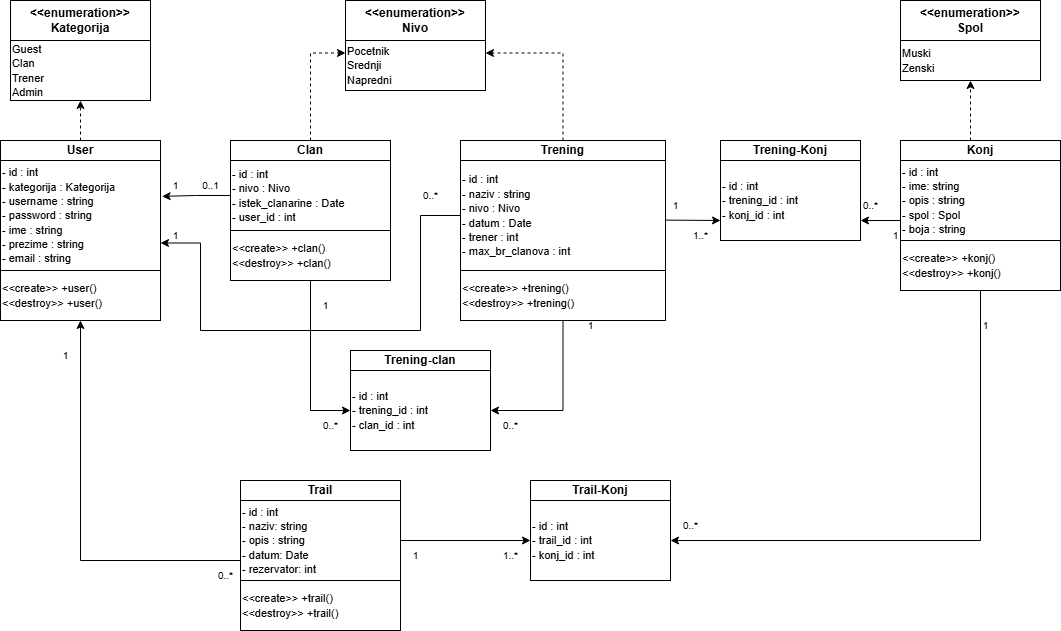
ooad-2024-2025/Grupa4-Tim1 keeps this draw.io diagram as Dokumentacija/Dijagram klasa.png. Above is the earlier version. Source tidied: cells renumbered, new cells last; positions are measured from the earlier drawing's top-left corner, leaving out a move shared by most shapes.
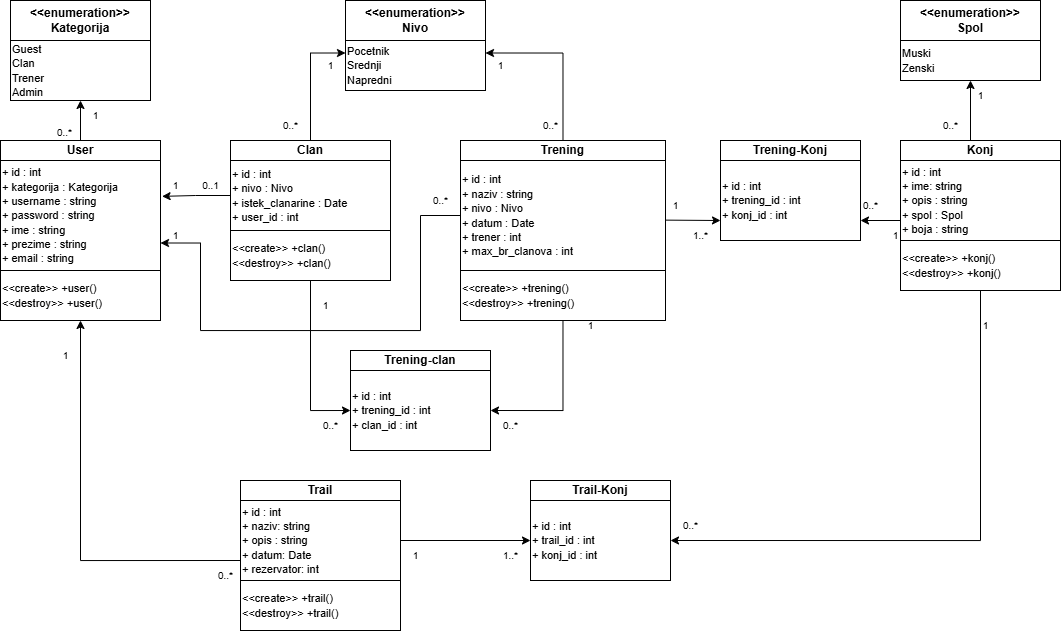
After the commit.

The edit, as a diff of the source:
```diff
@@ -5,7 +5,7 @@
     <mxCell id="2" value="&lt;b&gt;User&lt;/b&gt;" style="rounded=0;whiteSpace=wrap;html=1;fillColor=none;" parent="1" vertex="1">
       <mxGeometry y="140" width="160" height="20" as="geometry" />
     </mxCell>
-    <mxCell id="3" value="&lt;font style=&quot;font-size: 11px;&quot;&gt;- id : int&lt;/font&gt;&lt;div&gt;&lt;font style=&quot;font-size: 11px;&quot;&gt;- kategorija : Kategorija&lt;/font&gt;&lt;/div&gt;&lt;div&gt;&lt;font style=&quot;font-size: 11px;&quot;&gt;- username : string&lt;/font&gt;&lt;/div&gt;&lt;div&gt;&lt;font style=&quot;font-size: 11px;&quot;&gt;- password : string&lt;/font&gt;&lt;/div&gt;&lt;div&gt;&lt;font style=&quot;font-size: 11px;&quot;&gt;- ime : string&lt;/font&gt;&lt;/div&gt;&lt;div&gt;&lt;font style=&quot;font-size: 11px;&quot;&gt;- prezime : string&lt;/font&gt;&lt;/div&gt;&lt;div&gt;&lt;font style=&quot;font-size: 11px;&quot;&gt;- email : string&lt;/font&gt;&lt;/div&gt;" style="rounded=0;whiteSpace=wrap;html=1;fillColor=none;align=left;" parent="1" vertex="1">
+    <mxCell id="3" value="&lt;font style=&quot;font-size: 11px;&quot;&gt;+ id : int&lt;/font&gt;&lt;div&gt;&lt;font style=&quot;font-size: 11px;&quot;&gt;+ kategorija : Kategorija&lt;/font&gt;&lt;/div&gt;&lt;div&gt;&lt;font style=&quot;font-size: 11px;&quot;&gt;+ username : string&lt;/font&gt;&lt;/div&gt;&lt;div&gt;&lt;font style=&quot;font-size: 11px;&quot;&gt;+ password : string&lt;/font&gt;&lt;/div&gt;&lt;div&gt;&lt;font style=&quot;font-size: 11px;&quot;&gt;+ ime : string&lt;/font&gt;&lt;/div&gt;&lt;div&gt;&lt;font style=&quot;font-size: 11px;&quot;&gt;+ prezime : string&lt;/font&gt;&lt;/div&gt;&lt;div&gt;&lt;font style=&quot;font-size: 11px;&quot;&gt;+ email : string&lt;/font&gt;&lt;/div&gt;" style="rounded=0;whiteSpace=wrap;html=1;fillColor=none;align=left;" parent="1" vertex="1">
       <mxGeometry y="160" width="160" height="110" as="geometry" />
     </mxCell>
     <mxCell id="4" value="&lt;span style=&quot;font-size: 11px;&quot;&gt;&amp;lt;&amp;lt;create&amp;gt;&amp;gt; +user()&lt;br&gt;&amp;lt;&amp;lt;destroy&amp;gt;&amp;gt; +user()&lt;/span&gt;" style="rounded=0;whiteSpace=wrap;html=1;fillColor=none;align=left;" parent="1" vertex="1">
@@ -17,16 +17,16 @@
     <mxCell id="6" value="&lt;span style=&quot;font-size: 11px;&quot;&gt;Guest&lt;/span&gt;&lt;div&gt;&lt;span style=&quot;font-size: 11px;&quot;&gt;Clan&lt;/span&gt;&lt;/div&gt;&lt;div&gt;&lt;span style=&quot;font-size: 11px;&quot;&gt;Trener&lt;/span&gt;&lt;/div&gt;&lt;div&gt;&lt;span style=&quot;font-size: 11px;&quot;&gt;Admin&lt;/span&gt;&lt;/div&gt;" style="rounded=0;whiteSpace=wrap;html=1;fillColor=none;align=left;" parent="1" vertex="1">
       <mxGeometry x="10" y="40" width="140" height="60" as="geometry" />
     </mxCell>
-    <mxCell id="7" style="endArrow=classic;html=1;rounded=0;exitX=0.5;exitY=0;exitDx=0;exitDy=0;entryX=0.5;entryY=1;entryDx=0;entryDy=0;dashed=1;" parent="1" edge="1" source="2" target="6">
+    <mxCell id="7" style="endArrow=classic;html=1;rounded=0;exitX=0.5;exitY=0;exitDx=0;exitDy=0;entryX=0.5;entryY=1;entryDx=0;entryDy=0;" parent="1" edge="1" source="2" target="6">
       <mxGeometry relative="1" as="geometry" />
     </mxCell>
-    <mxCell id="8" style="edgeStyle=orthogonalEdgeStyle;rounded=0;jettySize=auto;html=1;entryX=0;entryY=0.25;entryDx=0;entryDy=0;dashed=1;" parent="1" edge="1" source="9" target="14">
+    <mxCell id="8" style="edgeStyle=orthogonalEdgeStyle;rounded=0;jettySize=auto;html=1;entryX=0;entryY=0.25;entryDx=0;entryDy=0;" parent="1" edge="1" source="9" target="14">
       <mxGeometry relative="1" as="geometry" />
     </mxCell>
     <mxCell id="9" value="&lt;b&gt;Clan&lt;/b&gt;" style="rounded=0;whiteSpace=wrap;html=1;fillColor=none;" parent="1" vertex="1">
       <mxGeometry x="230" y="140" width="160" height="20" as="geometry" />
     </mxCell>
-    <mxCell id="10" value="&lt;font style=&quot;font-size: 11px;&quot;&gt;- id : int&lt;/font&gt;&lt;div&gt;&lt;font style=&quot;font-size: 11px;&quot;&gt;- nivo : Nivo&lt;/font&gt;&lt;/div&gt;&lt;div&gt;&lt;font style=&quot;font-size: 11px;&quot;&gt;- istek_clanarine : Date&lt;/font&gt;&lt;/div&gt;&lt;div&gt;&lt;font style=&quot;font-size: 11px;&quot;&gt;- user_id : int&lt;/font&gt;&lt;/div&gt;" style="rounded=0;whiteSpace=wrap;html=1;fillColor=none;align=left;" parent="1" vertex="1">
+    <mxCell id="10" value="&lt;font style=&quot;font-size: 11px;&quot;&gt;+ id : int&lt;/font&gt;&lt;div&gt;&lt;font style=&quot;font-size: 11px;&quot;&gt;+ nivo : Nivo&lt;/font&gt;&lt;/div&gt;&lt;div&gt;&lt;font style=&quot;font-size: 11px;&quot;&gt;+ istek_clanarine : Date&lt;/font&gt;&lt;/div&gt;&lt;div&gt;&lt;font style=&quot;font-size: 11px;&quot;&gt;+ user_id : int&lt;/font&gt;&lt;/div&gt;" style="rounded=0;whiteSpace=wrap;html=1;fillColor=none;align=left;" parent="1" vertex="1">
       <mxGeometry x="230" y="160" width="160" height="70" as="geometry" />
     </mxCell>
     <mxCell id="11" style="edgeStyle=orthogonalEdgeStyle;rounded=0;jettySize=auto;html=1;entryX=0;entryY=0.5;entryDx=0;entryDy=0;" parent="1" edge="1" source="12" target="55">
@@ -50,7 +50,7 @@
     <mxCell id="17" value="&lt;b&gt;Konj&lt;/b&gt;" style="rounded=0;whiteSpace=wrap;html=1;fillColor=none;" parent="1" vertex="1">
       <mxGeometry x="900" y="140" width="160" height="20" as="geometry" />
     </mxCell>
-    <mxCell id="18" value="&lt;font style=&quot;font-size: 11px;&quot;&gt;- id : int&lt;/font&gt;&lt;div&gt;&lt;font style=&quot;font-size: 11px;&quot;&gt;- ime: string&lt;/font&gt;&lt;/div&gt;&lt;div&gt;&lt;font style=&quot;font-size: 11px;&quot;&gt;- opis : string&lt;/font&gt;&lt;/div&gt;&lt;div&gt;&lt;font style=&quot;font-size: 11px;&quot;&gt;- spol : Spol&lt;/font&gt;&lt;/div&gt;&lt;div&gt;&lt;font style=&quot;font-size: 11px;&quot;&gt;- boja : string&lt;/font&gt;&lt;/div&gt;" style="rounded=0;whiteSpace=wrap;html=1;fillColor=none;align=left;" parent="1" vertex="1">
+    <mxCell id="18" value="&lt;font style=&quot;font-size: 11px;&quot;&gt;+ id : int&lt;/font&gt;&lt;div&gt;&lt;font style=&quot;font-size: 11px;&quot;&gt;+ ime: string&lt;/font&gt;&lt;/div&gt;&lt;div&gt;&lt;font style=&quot;font-size: 11px;&quot;&gt;+ opis : string&lt;/font&gt;&lt;/div&gt;&lt;div&gt;&lt;font style=&quot;font-size: 11px;&quot;&gt;+ spol : Spol&lt;/font&gt;&lt;/div&gt;&lt;div&gt;&lt;font style=&quot;font-size: 11px;&quot;&gt;+ boja : string&lt;/font&gt;&lt;/div&gt;" style="rounded=0;whiteSpace=wrap;html=1;fillColor=none;align=left;" parent="1" vertex="1">
       <mxGeometry x="900" y="160" width="160" height="80" as="geometry" />
     </mxCell>
     <mxCell id="19" style="edgeStyle=orthogonalEdgeStyle;rounded=0;jettySize=auto;html=1;entryX=1;entryY=0.5;entryDx=0;entryDy=0;exitX=0.5;exitY=1;exitDx=0;exitDy=0;" parent="1" edge="1" source="20" target="30">
@@ -65,7 +65,7 @@
     <mxCell id="22" value="&lt;span style=&quot;font-size: 11px;&quot;&gt;Muski&lt;/span&gt;&lt;div&gt;&lt;span style=&quot;font-size: 11px;&quot;&gt;Zenski&lt;/span&gt;&lt;/div&gt;" style="rounded=0;whiteSpace=wrap;html=1;fillColor=none;align=left;" parent="1" vertex="1">
       <mxGeometry x="900" y="40" width="140" height="40" as="geometry" />
     </mxCell>
-    <mxCell id="23" style="endArrow=classic;html=1;rounded=0;exitX=0.5;exitY=0;exitDx=0;exitDy=0;entryX=0.5;entryY=1;entryDx=0;entryDy=0;dashed=1;" parent="1" edge="1" target="22">
+    <mxCell id="23" style="endArrow=classic;html=1;rounded=0;exitX=0.5;exitY=0;exitDx=0;exitDy=0;entryX=0.5;entryY=1;entryDx=0;entryDy=0;" parent="1" edge="1" target="22">
       <mxGeometry relative="1" as="geometry">
         <mxPoint x="970" y="140" as="sourcePoint" />
       </mxGeometry>
@@ -83,7 +83,7 @@
     <mxCell id="26" style="edgeStyle=orthogonalEdgeStyle;rounded=0;jettySize=auto;html=1;entryX=0;entryY=0.5;entryDx=0;entryDy=0;" parent="1" edge="1" source="27" target="30">
       <mxGeometry relative="1" as="geometry" />
     </mxCell>
-    <mxCell id="27" value="&lt;font style=&quot;font-size: 11px;&quot;&gt;- id : int&lt;/font&gt;&lt;div&gt;&lt;font style=&quot;font-size: 11px;&quot;&gt;- naziv: string&lt;/font&gt;&lt;/div&gt;&lt;div&gt;&lt;font style=&quot;font-size: 11px;&quot;&gt;- opis : string&lt;/font&gt;&lt;/div&gt;&lt;div&gt;&lt;font style=&quot;font-size: 11px;&quot;&gt;- datum: Date&lt;/font&gt;&lt;/div&gt;&lt;div&gt;&lt;font style=&quot;font-size: 11px;&quot;&gt;- rezervator: int&lt;/font&gt;&lt;/div&gt;" style="rounded=0;whiteSpace=wrap;html=1;fillColor=none;align=left;" parent="1" vertex="1">
+    <mxCell id="27" value="&lt;font style=&quot;font-size: 11px;&quot;&gt;+ id : int&lt;/font&gt;&lt;div&gt;&lt;font style=&quot;font-size: 11px;&quot;&gt;+ naziv: string&lt;/font&gt;&lt;/div&gt;&lt;div&gt;&lt;font style=&quot;font-size: 11px;&quot;&gt;+ opis : string&lt;/font&gt;&lt;/div&gt;&lt;div&gt;&lt;font style=&quot;font-size: 11px;&quot;&gt;+ datum: Date&lt;/font&gt;&lt;/div&gt;&lt;div&gt;&lt;font style=&quot;font-size: 11px;&quot;&gt;+ rezervator: int&lt;/font&gt;&lt;/div&gt;" style="rounded=0;whiteSpace=wrap;html=1;fillColor=none;align=left;" parent="1" vertex="1">
       <mxGeometry x="240" y="500" width="160" height="80" as="geometry" />
     </mxCell>
     <mxCell id="28" value="&lt;span style=&quot;font-size: 11px;&quot;&gt;&amp;lt;&amp;lt;create&amp;gt;&amp;gt; +trail()&lt;/span&gt;&lt;br style=&quot;font-size: 11px;&quot;&gt;&lt;span style=&quot;font-size: 11px;&quot;&gt;&amp;lt;&amp;lt;destroy&amp;gt;&amp;gt; +trail()&lt;/span&gt;" style="rounded=0;whiteSpace=wrap;html=1;fillColor=none;align=left;" parent="1" vertex="1">
@@ -92,7 +92,7 @@
     <mxCell id="29" value="&lt;b&gt;Trail-Konj&lt;/b&gt;" style="rounded=0;whiteSpace=wrap;html=1;fillColor=none;" parent="1" vertex="1">
       <mxGeometry x="530" y="480" width="140" height="20" as="geometry" />
     </mxCell>
-    <mxCell id="30" value="&lt;font style=&quot;font-size: 11px;&quot;&gt;- id : int&lt;/font&gt;&lt;div&gt;&lt;font style=&quot;font-size: 11px;&quot;&gt;- trail_id : int&lt;br&gt;&lt;/font&gt;&lt;/div&gt;&lt;div&gt;&lt;font style=&quot;font-size: 11px;&quot;&gt;- konj_id : int&lt;/font&gt;&lt;/div&gt;" style="rounded=0;whiteSpace=wrap;html=1;fillColor=none;align=left;" parent="1" vertex="1">
+    <mxCell id="30" value="&lt;font style=&quot;font-size: 11px;&quot;&gt;+ id : int&lt;/font&gt;&lt;div&gt;&lt;font style=&quot;font-size: 11px;&quot;&gt;+ trail_id : int&lt;br&gt;&lt;/font&gt;&lt;/div&gt;&lt;div&gt;&lt;font style=&quot;font-size: 11px;&quot;&gt;+ konj_id : int&lt;/font&gt;&lt;/div&gt;" style="rounded=0;whiteSpace=wrap;html=1;fillColor=none;align=left;" parent="1" vertex="1">
       <mxGeometry x="530" y="500" width="140" height="80" as="geometry" />
     </mxCell>
     <mxCell id="31" style="edgeStyle=orthogonalEdgeStyle;rounded=0;jettySize=auto;html=1;entryX=1.01;entryY=0.326;entryDx=0;entryDy=0;entryPerimeter=0;" parent="1" edge="1" source="10" target="3">
@@ -116,7 +116,7 @@
     <mxCell id="37" value="0..*" style="text;html=1;align=center;verticalAlign=middle;strokeColor=none;fillColor=none;fontSize=10;" parent="1" vertex="1">
       <mxGeometry x="670" y="510" width="40" height="30" as="geometry" />
     </mxCell>
-    <mxCell id="38" style="edgeStyle=orthogonalEdgeStyle;rounded=0;jettySize=auto;html=1;entryX=1;entryY=0.25;entryDx=0;entryDy=0;exitX=0.5;exitY=0;exitDx=0;exitDy=0;dashed=1;" parent="1" edge="1" source="39" target="14">
+    <mxCell id="38" style="edgeStyle=orthogonalEdgeStyle;rounded=0;jettySize=auto;html=1;entryX=1;entryY=0.25;entryDx=0;entryDy=0;exitX=0.5;exitY=0;exitDx=0;exitDy=0;" parent="1" edge="1" source="39" target="14">
       <mxGeometry relative="1" as="geometry" />
     </mxCell>
     <mxCell id="39" value="&lt;b&gt;Trening&lt;/b&gt;" style="rounded=0;whiteSpace=wrap;html=1;fillColor=none;" parent="1" vertex="1">
@@ -132,7 +132,7 @@
         </Array>
       </mxGeometry>
     </mxCell>
-    <mxCell id="41" value="&lt;font style=&quot;font-size: 11px;&quot;&gt;- id : int&lt;/font&gt;&lt;div&gt;&lt;font style=&quot;font-size: 11px;&quot;&gt;- naziv : string&lt;/font&gt;&lt;/div&gt;&lt;div&gt;&lt;font style=&quot;font-size: 11px;&quot;&gt;- nivo : Nivo&lt;/font&gt;&lt;/div&gt;&lt;div&gt;&lt;font style=&quot;font-size: 11px;&quot;&gt;- datum : Date&lt;/font&gt;&lt;/div&gt;&lt;div&gt;&lt;font style=&quot;font-size: 11px;&quot;&gt;- trener : int&lt;/font&gt;&lt;/div&gt;&lt;div&gt;&lt;font style=&quot;font-size: 11px;&quot;&gt;- max_br_clanova : int&lt;/font&gt;&lt;/div&gt;" style="rounded=0;whiteSpace=wrap;html=1;fillColor=none;align=left;" parent="1" vertex="1">
+    <mxCell id="41" value="&lt;font style=&quot;font-size: 11px;&quot;&gt;+ id : int&lt;/font&gt;&lt;div&gt;&lt;font style=&quot;font-size: 11px;&quot;&gt;+ naziv : string&lt;/font&gt;&lt;/div&gt;&lt;div&gt;&lt;font style=&quot;font-size: 11px;&quot;&gt;+ nivo : Nivo&lt;/font&gt;&lt;/div&gt;&lt;div&gt;&lt;font style=&quot;font-size: 11px;&quot;&gt;+ datum : Date&lt;/font&gt;&lt;/div&gt;&lt;div&gt;&lt;font style=&quot;font-size: 11px;&quot;&gt;+ trener : int&lt;/font&gt;&lt;/div&gt;&lt;div&gt;&lt;font style=&quot;font-size: 11px;&quot;&gt;+ max_br_clanova : int&lt;/font&gt;&lt;/div&gt;" style="rounded=0;whiteSpace=wrap;html=1;fillColor=none;align=left;" parent="1" vertex="1">
       <mxGeometry x="460" y="160" width="205" height="110" as="geometry" />
     </mxCell>
     <mxCell id="42" style="edgeStyle=orthogonalEdgeStyle;rounded=0;jettySize=auto;html=1;entryX=1;entryY=0.5;entryDx=0;entryDy=0;" parent="1" edge="1" source="43" target="55">
@@ -142,7 +142,7 @@
       <mxGeometry x="460" y="270" width="205" height="50" as="geometry" />
     </mxCell>
     <mxCell id="44" value="0..*" style="text;html=1;align=center;verticalAlign=middle;strokeColor=none;fillColor=none;fontSize=10;" parent="1" vertex="1">
-      <mxGeometry x="410" y="180" width="40" height="30" as="geometry" />
+      <mxGeometry x="420" y="185" width="40" height="30" as="geometry" />
     </mxCell>
     <mxCell id="45" value="1" style="text;html=1;align=center;verticalAlign=middle;strokeColor=none;fillColor=none;fontSize=10;" parent="1" vertex="1">
       <mxGeometry x="160" y="220" width="30" height="30" as="geometry" />
@@ -150,7 +150,7 @@
     <mxCell id="46" value="&lt;b&gt;Trening-Konj&lt;/b&gt;" style="rounded=0;whiteSpace=wrap;html=1;fillColor=none;" parent="1" vertex="1">
       <mxGeometry x="720" y="140" width="140" height="20" as="geometry" />
     </mxCell>
-    <mxCell id="47" value="&lt;font style=&quot;font-size: 11px;&quot;&gt;- id : int&lt;/font&gt;&lt;div&gt;&lt;font style=&quot;font-size: 11px;&quot;&gt;- trening_id : int&lt;br&gt;&lt;/font&gt;&lt;/div&gt;&lt;div&gt;&lt;font style=&quot;font-size: 11px;&quot;&gt;- konj_id : int&lt;/font&gt;&lt;/div&gt;" style="rounded=0;whiteSpace=wrap;html=1;fillColor=none;align=left;" parent="1" vertex="1">
+    <mxCell id="47" value="&lt;font style=&quot;font-size: 11px;&quot;&gt;+ id : int&lt;/font&gt;&lt;div&gt;&lt;font style=&quot;font-size: 11px;&quot;&gt;+ trening_id : int&lt;br&gt;&lt;/font&gt;&lt;/div&gt;&lt;div&gt;&lt;font style=&quot;font-size: 11px;&quot;&gt;+ konj_id : int&lt;/font&gt;&lt;/div&gt;" style="rounded=0;whiteSpace=wrap;html=1;fillColor=none;align=left;" parent="1" vertex="1">
       <mxGeometry x="720" y="160" width="140" height="80" as="geometry" />
     </mxCell>
     <mxCell id="48" style="endArrow=classic;html=1;rounded=0;exitX=0.998;exitY=0.542;exitDx=0;exitDy=0;entryX=0;entryY=0.75;entryDx=0;entryDy=0;exitPerimeter=0;" parent="1" edge="1" source="41" target="47">
@@ -174,7 +174,7 @@
     <mxCell id="54" value="&lt;b&gt;Trening-clan&lt;/b&gt;" style="rounded=0;whiteSpace=wrap;html=1;fillColor=none;" parent="1" vertex="1">
       <mxGeometry x="350" y="350" width="140" height="20" as="geometry" />
     </mxCell>
-    <mxCell id="55" value="&lt;font style=&quot;font-size: 11px;&quot;&gt;- id : int&lt;/font&gt;&lt;div&gt;&lt;font style=&quot;font-size: 11px;&quot;&gt;- trening_id : int&lt;br&gt;&lt;/font&gt;&lt;/div&gt;&lt;div&gt;&lt;font style=&quot;font-size: 11px;&quot;&gt;- clan_id : int&lt;/font&gt;&lt;/div&gt;" style="rounded=0;whiteSpace=wrap;html=1;fillColor=none;align=left;" parent="1" vertex="1">
+    <mxCell id="55" value="&lt;font style=&quot;font-size: 11px;&quot;&gt;+ id : int&lt;/font&gt;&lt;div&gt;&lt;font style=&quot;font-size: 11px;&quot;&gt;+ trening_id : int&lt;br&gt;&lt;/font&gt;&lt;/div&gt;&lt;div&gt;&lt;font style=&quot;font-size: 11px;&quot;&gt;+ clan_id : int&lt;/font&gt;&lt;/div&gt;" style="rounded=0;whiteSpace=wrap;html=1;fillColor=none;align=left;" parent="1" vertex="1">
       <mxGeometry x="350" y="370" width="140" height="80" as="geometry" />
     </mxCell>
     <mxCell id="56" value="0..*" style="text;html=1;align=center;verticalAlign=middle;strokeColor=none;fillColor=none;fontSize=10;" parent="1" vertex="1">
@@ -189,5 +189,29 @@
     <mxCell id="59" value="1" style="text;html=1;align=center;verticalAlign=middle;strokeColor=none;fillColor=none;fontSize=10;" parent="1" vertex="1">
       <mxGeometry x="575" y="310" width="30" height="30" as="geometry" />
     </mxCell>
+    <mxCell id="60" value="1" style="text;html=1;align=center;verticalAlign=middle;strokeColor=none;fillColor=none;fontSize=10;" parent="1" vertex="1">
+      <mxGeometry x="80" y="100" width="30" height="30" as="geometry" />
+    </mxCell>
+    <mxCell id="61" value="0..*" style="text;html=1;align=center;verticalAlign=middle;strokeColor=none;fillColor=none;fontSize=10;" parent="1" vertex="1">
+      <mxGeometry x="44" y="117" width="40" height="30" as="geometry" />
+    </mxCell>
+    <mxCell id="62" value="1" style="text;html=1;align=center;verticalAlign=middle;strokeColor=none;fillColor=none;fontSize=10;" parent="1" vertex="1">
+      <mxGeometry x="315" y="50" width="30" height="30" as="geometry" />
+    </mxCell>
+    <mxCell id="63" value="0..*" style="text;html=1;align=center;verticalAlign=middle;strokeColor=none;fillColor=none;fontSize=10;" parent="1" vertex="1">
+      <mxGeometry x="270" y="110" width="40" height="30" as="geometry" />
+    </mxCell>
+    <mxCell id="64" value="1" style="text;html=1;align=center;verticalAlign=middle;strokeColor=none;fillColor=none;fontSize=10;" parent="1" vertex="1">
+      <mxGeometry x="485" y="50" width="30" height="30" as="geometry" />
+    </mxCell>
+    <mxCell id="65" value="0..*" style="text;html=1;align=center;verticalAlign=middle;strokeColor=none;fillColor=none;fontSize=10;" parent="1" vertex="1">
+      <mxGeometry x="530" y="110" width="40" height="30" as="geometry" />
+    </mxCell>
+    <mxCell id="66" value="1" style="text;html=1;align=center;verticalAlign=middle;strokeColor=none;fillColor=none;fontSize=10;" parent="1" vertex="1">
+      <mxGeometry x="965" y="80" width="30" height="30" as="geometry" />
+    </mxCell>
+    <mxCell id="67" value="0..*" style="text;html=1;align=center;verticalAlign=middle;strokeColor=none;fillColor=none;fontSize=10;" parent="1" vertex="1">
+      <mxGeometry x="930" y="110" width="40" height="30" as="geometry" />
+    </mxCell>
   </root>
 </mxGraphModel>
```
